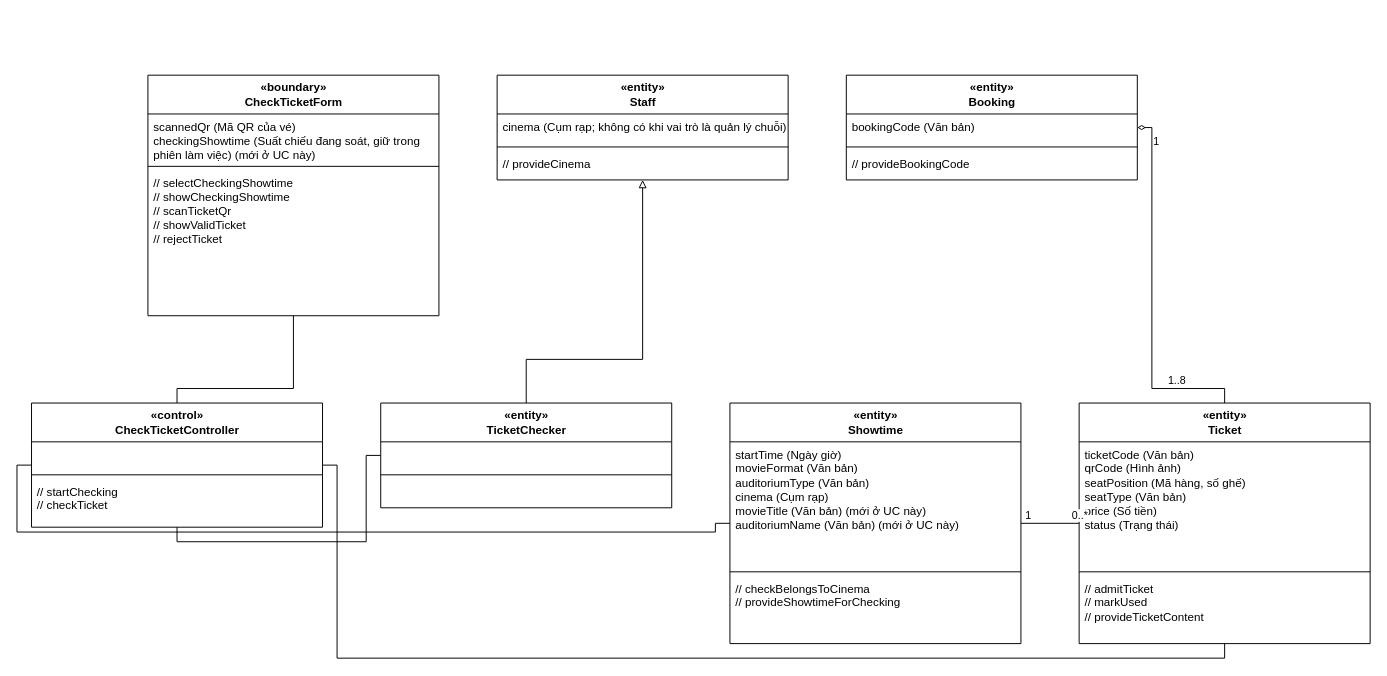
luytbq/app-dat-ve-xem-phim keeps this draw.io diagram as design/diagrams/P07-class-UC-009.drawio. Above is the earlier version. Source tidied: cells renumbered, new cells numbered last; positions are measured from the earlier drawing's top-left corner, leaving out a move shared by most shapes. Both pictures are drawn from the tidied source at 97%, with x=0, y=0 at pixel (16, 75).
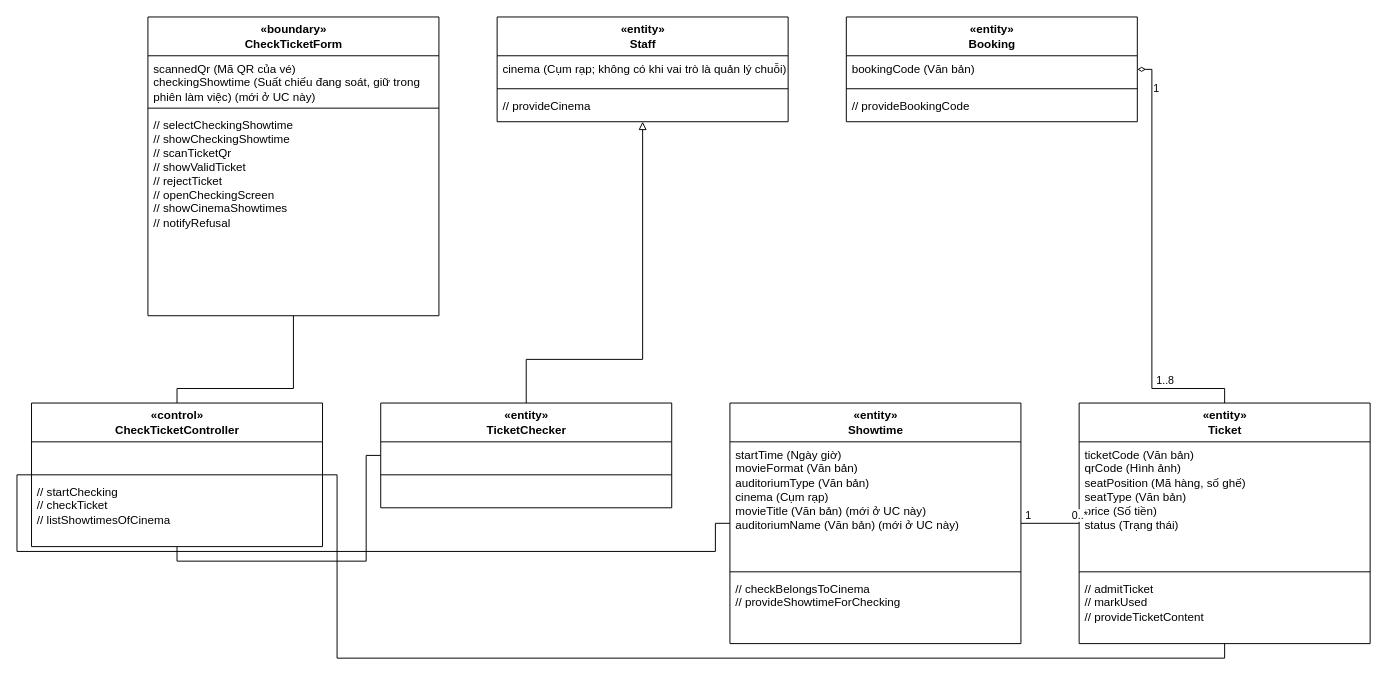
The same page after the edit.

Unchanged cells that the change refers to:
```xml
<mxCell id="10" value="«entity»&lt;br&gt;TicketChecker" style="swimlane;fontStyle=1;align=center;horizontal=1;startSize=40;html=1;" parent="1" vertex="1">
  <mxGeometry x="375" y="338" width="300" height="108" as="geometry" />
</mxCell>
<mxCell id="14" value="«entity»&lt;br&gt;Showtime" style="swimlane;fontStyle=1;align=center;horizontal=1;startSize=40;html=1;" parent="1" vertex="1">
  <mxGeometry x="735" y="338" width="300" height="248" as="geometry" />
</mxCell>
<mxCell id="18" value="«entity»&lt;br&gt;Ticket" style="swimlane;fontStyle=1;align=center;horizontal=1;startSize=40;html=1;" parent="1" vertex="1">
  <mxGeometry x="1095" y="338" width="300" height="248" as="geometry" />
</mxCell>
```

Diff of the diagram source:
```diff
@@
     <mxCell id="2" value="«boundary»&lt;br&gt;CheckTicketForm" style="swimlane;fontStyle=1;align=center;horizontal=1;startSize=40;html=1;" parent="1" vertex="1">
-      <mxGeometry x="135" width="300" height="248" as="geometry" />
+      <mxGeometry x="135" y="-60" width="300" height="308" as="geometry" />
     </mxCell>
@@
-    <mxCell id="5" value="// selectCheckingShowtime&lt;br&gt;// showCheckingShowtime&lt;br&gt;// scanTicketQr&lt;br&gt;// showValidTicket&lt;br&gt;// rejectTicket" style="text;strokeColor=none;fillColor=none;align=left;verticalAlign=top;spacingLeft=4;html=1;whiteSpace=wrap;" parent="2" vertex="1">
-      <mxGeometry y="98" width="300" height="110" as="geometry" />
+    <mxCell id="5" value="// selectCheckingShowtime&lt;br&gt;// showCheckingShowtime&lt;br&gt;// scanTicketQr&lt;br&gt;// showValidTicket&lt;br&gt;// rejectTicket&lt;br&gt;// openCheckingScreen&lt;br&gt;// showCinemaShowtimes&lt;br&gt;// notifyRefusal" style="text;strokeColor=none;fillColor=none;align=left;verticalAlign=top;spacingLeft=4;html=1;whiteSpace=wrap;" parent="2" vertex="1">
+      <mxGeometry y="98" width="300" height="170" as="geometry" />
     </mxCell>
     <mxCell id="6" value="«control»&lt;br&gt;CheckTicketController" style="swimlane;fontStyle=1;align=center;horizontal=1;startSize=40;html=1;" parent="1" vertex="1">
-      <mxGeometry x="15" y="338" width="300" height="128" as="geometry" />
+      <mxGeometry x="15" y="338" width="300" height="148" as="geometry" />
     </mxCell>
@@
-    <mxCell id="9" value="// startChecking&lt;br&gt;// checkTicket" style="text;strokeColor=none;fillColor=none;align=left;verticalAlign=top;spacingLeft=4;html=1;whiteSpace=wrap;" parent="6" vertex="1">
-      <mxGeometry y="78" width="300" height="50" as="geometry" />
+    <mxCell id="9" value="// startChecking&lt;br&gt;// checkTicket&lt;br&gt;// listShowtimesOfCinema" style="text;strokeColor=none;fillColor=none;align=left;verticalAlign=top;spacingLeft=4;html=1;whiteSpace=wrap;" parent="6" vertex="1">
+      <mxGeometry y="78" width="300" height="70" as="geometry" />
     </mxCell>
@@
     <mxCell id="22" value="«entity»&lt;br&gt;Booking" style="swimlane;fontStyle=1;align=center;horizontal=1;startSize=40;html=1;" parent="1" vertex="1">
-      <mxGeometry x="855" width="300" height="108" as="geometry" />
+      <mxGeometry x="855" y="-60" width="300" height="108" as="geometry" />
     </mxCell>
@@
     <mxCell id="27" style="edgeStyle=orthogonalEdgeStyle;rounded=0;html=1;endArrow=none;exitX=0.5;exitY=1;exitDx=0;exitDy=0;entryX=0;entryY=0.5;entryDx=0;entryDy=0;" parent="1" edge="1" source="6" target="10">
       <mxGeometry relative="1" as="geometry">
         <Array as="points">
-          <mxPoint x="165" y="481" />
-          <mxPoint x="360" y="481" />
+          <mxPoint x="165" y="501" />
+          <mxPoint x="360" y="501" />
           <mxPoint x="360" y="392" />
         </Array>
       </mxGeometry>
     </mxCell>
     <mxCell id="28" style="edgeStyle=orthogonalEdgeStyle;rounded=0;html=1;endArrow=none;exitX=0;exitY=0.5;exitDx=0;exitDy=0;entryX=0;entryY=0.5;entryDx=0;entryDy=0;" parent="1" edge="1" source="6" target="14">
       <mxGeometry relative="1" as="geometry">
         <Array as="points">
-          <mxPoint y="402" />
-          <mxPoint y="471" />
-          <mxPoint x="720" y="471" />
+          <mxPoint y="412" />
+          <mxPoint y="491" />
+          <mxPoint x="720" y="491" />
           <mxPoint x="720" y="462" />
         </Array>
       </mxGeometry>
     </mxCell>
     <mxCell id="29" style="edgeStyle=orthogonalEdgeStyle;rounded=0;html=1;endArrow=none;exitX=1;exitY=0.5;exitDx=0;exitDy=0;entryX=0.5;entryY=1;entryDx=0;entryDy=0;" parent="1" edge="1" source="6" target="18">
       <mxGeometry relative="1" as="geometry">
         <Array as="points">
-          <mxPoint x="330" y="402" />
+          <mxPoint x="330" y="412" />
           <mxPoint x="330" y="601" />
           <mxPoint x="1245" y="601" />
         </Array>
       </mxGeometry>
     </mxCell>
@@
     <mxCell id="33" style="edgeStyle=orthogonalEdgeStyle;rounded=0;html=1;endArrow=none;startArrow=diamondThin;startFill=0;exitX=1;exitY=0.5;exitDx=0;exitDy=0;entryX=0.5;entryY=0;entryDx=0;entryDy=0;" parent="1" edge="1" source="22" target="18">
       <mxGeometry relative="1" as="geometry">
         <Array as="points">
-          <mxPoint x="1170" y="54" />
+          <mxPoint x="1170" y="-6" />
           <mxPoint x="1170" y="323" />
           <mxPoint x="1245" y="323" />
         </Array>
       </mxGeometry>
     </mxCell>
@@
     <mxCell id="36" value="«entity»&lt;br&gt;Staff" style="swimlane;fontStyle=1;align=center;horizontal=1;startSize=40;html=1;" parent="1" vertex="1">
-      <mxGeometry x="495" width="300" height="108" as="geometry" />
+      <mxGeometry x="495" y="-60" width="300" height="108" as="geometry" />
     </mxCell>
```
